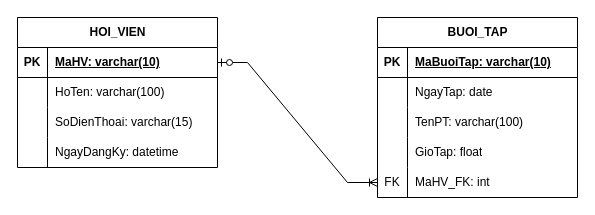
lam1115/VuTranLam_B25DTCN251_IT105_Session_16_01 keeps this draw.io diagram as BTTH_01/SS16_01.drawio.xml. Above is the earlier version. Source tidied: cells renumbered, new cells numbered last; positions are measured from the earlier drawing's top-left corner, leaving out a move shared by most shapes. Both pictures are drawn from the tidied source at 100%, with x=0, y=0 at pixel (17, 17).
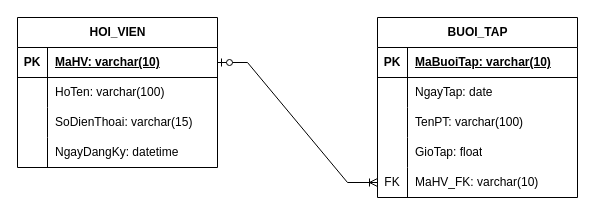
The same diagram, later.

Unchanged cells that the change refers to:
```xml
<mxCell id="28" style="shape=tableRow;horizontal=0;startSize=0;swimlaneHead=0;swimlaneBody=0;fillColor=none;points=[[0,0.5],[1,0.5]];portConstraint=eastwest;top=0;left=0;right=0;bottom=0;" parent="15" vertex="1">
  <mxGeometry y="150" width="200" height="30" as="geometry" />
</mxCell>
```

The edit, as a diff of the source:
```diff
@@
-    <mxCell id="30" value="MaHV_FK: int" style="shape=partialRectangle;fillColor=none;top=0;left=0;bottom=0;right=0;align=left;spacingLeft=6;overflow=hidden;whiteSpace=wrap;html=1;" parent="28" vertex="1">
+    <mxCell id="30" value="MaHV_FK: varchar(10)" style="shape=partialRectangle;fillColor=none;top=0;left=0;bottom=0;right=0;align=left;spacingLeft=6;overflow=hidden;whiteSpace=wrap;html=1;" parent="28" vertex="1">
       <mxGeometry x="30" width="170" height="30" as="geometry" />
     </mxCell>
```
